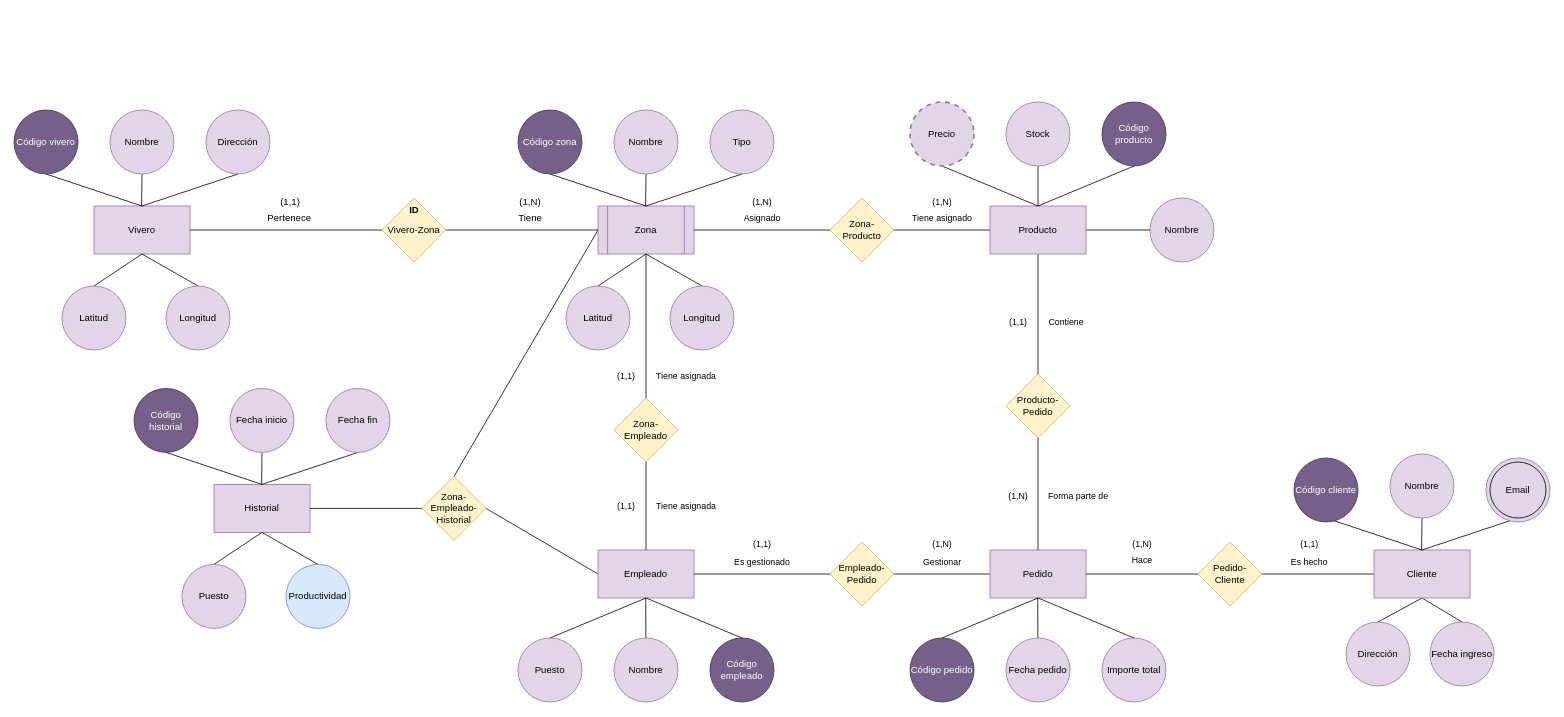
Nestor-DF/ADBD-2024-2025-Practica02-PE keeps this draw.io diagram as P2ADBD.drawio. Above is the earlier version. Source tidied: cells renumbered, new cells numbered last; positions are measured from the earlier drawing's top-left corner, leaving out a move shared by most shapes. Both pictures are drawn from the tidied source at 80%, with x=0, y=0 at pixel (14, 102).
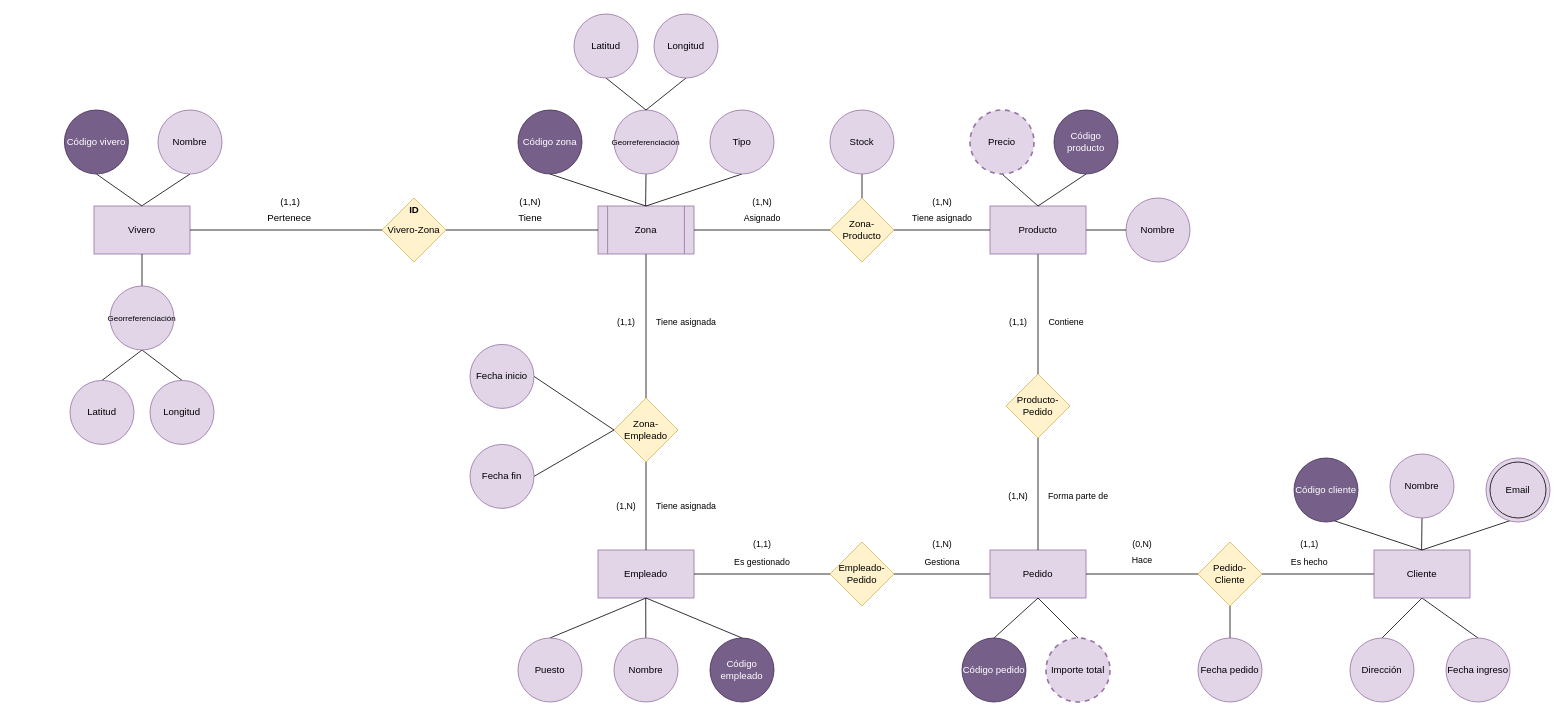
Above is the later version.

Unchanged cells that the change refers to:
```xml
<mxCell id="4" value="Vivero" style="rounded=0;whiteSpace=wrap;html=1;fillColor=#e1d5e7;strokeColor=#9673a6;" parent="1" vertex="1">
  <mxGeometry x="100" y="130" width="120" height="60" as="geometry" />
</mxCell>
<mxCell id="17" value="Zona" style="shape=process;whiteSpace=wrap;html=1;backgroundOutline=1;fillColor=#e1d5e7;strokeColor=#9673a6;" parent="1" vertex="1">
  <mxGeometry x="730" y="130" width="120" height="60" as="geometry" />
</mxCell>
<mxCell id="37" value="Producto" style="rounded=0;whiteSpace=wrap;html=1;fillColor=#e1d5e7;strokeColor=#9673a6;" parent="1" vertex="1">
  <mxGeometry x="1220" y="130" width="120" height="60" as="geometry" />
</mxCell>
<mxCell id="46" value="Zona-Producto" style="rhombus;whiteSpace=wrap;html=1;fillColor=#fff2cc;strokeColor=#d6b656;" parent="1" vertex="1">
  <mxGeometry x="1020" y="120" width="80" height="80" as="geometry" />
</mxCell>
<mxCell id="54" value="Empleado" style="rounded=0;whiteSpace=wrap;html=1;fillColor=#e1d5e7;strokeColor=#9673a6;" parent="1" vertex="1">
  <mxGeometry x="730" y="560" width="120" height="60" as="geometry" />
</mxCell>
<mxCell id="60" value="Zona-Empleado" style="rhombus;whiteSpace=wrap;html=1;fillColor=#fff2cc;strokeColor=#d6b656;" parent="1" vertex="1">
  <mxGeometry x="750" y="370" width="80" height="80" as="geometry" />
</mxCell>
<mxCell id="102" value="Pedido-Cliente" style="rhombus;whiteSpace=wrap;html=1;fillColor=#fff2cc;strokeColor=#d6b656;" parent="1" vertex="1">
  <mxGeometry x="1480" y="550" width="80" height="80" as="geometry" />
</mxCell>
```

Diff of the diagram source:
```diff
@@
     <mxCell id="3" value="Nombre" style="ellipse;whiteSpace=wrap;html=1;fillColor=#e1d5e7;strokeColor=#9673a6;" parent="1" vertex="1">
-      <mxGeometry x="120" y="10" width="80" height="80" as="geometry" />
+      <mxGeometry x="180" y="10" width="80" height="80" as="geometry" />
     </mxCell>
@@
     <mxCell id="6" value="Código vivero" style="ellipse;whiteSpace=wrap;html=1;fillColor=#76608a;strokeColor=#432D57;fontColor=#ffffff;" parent="1" vertex="1">
-      <mxGeometry y="10" width="80" height="80" as="geometry" />
+      <mxGeometry x="63" y="10" width="80" height="80" as="geometry" />
     </mxCell>
-    <mxCell id="7" style="edgeStyle=none;rounded=0;jettySize=auto;html=1;exitX=0.5;exitY=0;exitDx=0;exitDy=0;entryX=0.5;entryY=1;entryDx=0;entryDy=0;endArrow=none;endFill=0;" parent="1" edge="1" source="8" target="4">
-      <mxGeometry relative="1" as="geometry" />
-    </mxCell>
-    <mxCell id="8" value="Latitud" style="ellipse;whiteSpace=wrap;html=1;fillColor=#e1d5e7;strokeColor=#9673a6;" parent="1" vertex="1">
-      <mxGeometry x="60" y="230" width="80" height="80" as="geometry" />
-    </mxCell>
@@
+    <mxCell id="117" style="edgeStyle=none;rounded=0;jettySize=auto;html=1;exitX=0.5;exitY=1;exitDx=0;exitDy=0;entryX=0.5;entryY=0;entryDx=0;entryDy=0;endArrow=none;endFill=0;" parent="1" edge="1" source="10" target="124">
+      <mxGeometry relative="1" as="geometry" />
+    </mxCell>
+    <mxCell id="118" style="edgeStyle=none;rounded=0;jettySize=auto;html=1;exitX=0.5;exitY=1;exitDx=0;exitDy=0;entryX=0.5;entryY=0;entryDx=0;entryDy=0;endArrow=none;endFill=0;" parent="1" edge="1" source="10" target="123">
+      <mxGeometry relative="1" as="geometry" />
+    </mxCell>
-    <mxCell id="10" value="Longitud" style="ellipse;whiteSpace=wrap;html=1;fillColor=#e1d5e7;strokeColor=#9673a6;" parent="1" vertex="1">
-      <mxGeometry x="190" y="230" width="80" height="80" as="geometry" />
+    <mxCell id="10" value="&lt;font style=&quot;font-size: 10px;&quot;&gt;Georreferenciación&lt;/font&gt;" style="ellipse;whiteSpace=wrap;html=1;fillColor=#e1d5e7;strokeColor=#9673a6;" parent="1" vertex="1">
+      <mxGeometry x="120" y="230" width="80" height="80" as="geometry" />
     </mxCell>
-    <mxCell id="11" style="edgeStyle=none;rounded=0;jettySize=auto;html=1;exitX=0.5;exitY=1;exitDx=0;exitDy=0;entryX=0.5;entryY=0;entryDx=0;entryDy=0;endArrow=none;endFill=0;" parent="1" edge="1" source="12" target="4">
-      <mxGeometry relative="1" as="geometry" />
-    </mxCell>
-    <mxCell id="12" value="Dirección" style="ellipse;whiteSpace=wrap;html=1;fillColor=#e1d5e7;strokeColor=#9673a6;" parent="1" vertex="1">
-      <mxGeometry x="240" y="10" width="80" height="80" as="geometry" />
-    </mxCell>
-    <mxCell id="13" style="edgeStyle=none;rounded=0;jettySize=auto;html=1;exitX=0.5;exitY=1;exitDx=0;exitDy=0;endArrow=none;endFill=0;" parent="1" edge="1" source="14">
+    <mxCell id="13" style="edgeStyle=none;rounded=0;jettySize=auto;html=1;exitX=0.5;exitY=1;exitDx=0;exitDy=0;endArrow=none;endFill=0;" parent="1" edge="1" source="125">
       <mxGeometry relative="1" as="geometry">
         <mxPoint x="789.5" y="130" as="targetPoint" />
       </mxGeometry>
     </mxCell>
-    <mxCell id="14" value="Nombre" style="ellipse;whiteSpace=wrap;html=1;fillColor=#e1d5e7;strokeColor=#9673a6;" parent="1" vertex="1">
-      <mxGeometry x="750" y="10" width="80" height="80" as="geometry" />
-    </mxCell>
@@
-    <mxCell id="16" style="edgeStyle=none;shape=connector;rounded=0;jettySize=auto;html=1;exitX=0;exitY=0.5;exitDx=0;exitDy=0;entryX=0.5;entryY=0;entryDx=0;entryDy=0;strokeColor=default;align=center;verticalAlign=middle;fontFamily=Helvetica;fontSize=11;fontColor=default;labelBackgroundColor=default;endArrow=none;endFill=0;" parent="1" edge="1" source="17" target="77">
-      <mxGeometry relative="1" as="geometry" />
-    </mxCell>
@@
-    <mxCell id="20" style="edgeStyle=none;rounded=0;jettySize=auto;html=1;exitX=0.5;exitY=0;exitDx=0;exitDy=0;entryX=0.5;entryY=1;entryDx=0;entryDy=0;endArrow=none;endFill=0;" parent="1" edge="1" source="21" target="17">
-      <mxGeometry relative="1" as="geometry" />
-    </mxCell>
-    <mxCell id="21" value="Latitud" style="ellipse;whiteSpace=wrap;html=1;fillColor=#e1d5e7;strokeColor=#9673a6;" parent="1" vertex="1">
-      <mxGeometry x="690" y="230" width="80" height="80" as="geometry" />
-    </mxCell>
-    <mxCell id="22" style="edgeStyle=none;rounded=0;jettySize=auto;html=1;exitX=0.5;exitY=0;exitDx=0;exitDy=0;entryX=0.5;entryY=1;entryDx=0;entryDy=0;endArrow=none;endFill=0;" parent="1" edge="1" source="23" target="17">
-      <mxGeometry relative="1" as="geometry" />
-    </mxCell>
-    <mxCell id="23" value="Longitud" style="ellipse;whiteSpace=wrap;html=1;fillColor=#e1d5e7;strokeColor=#9673a6;" parent="1" vertex="1">
-      <mxGeometry x="820" y="230" width="80" height="80" as="geometry" />
-    </mxCell>
@@
     <mxCell id="34" value="Nombre" style="ellipse;whiteSpace=wrap;html=1;fillColor=#e1d5e7;strokeColor=#9673a6;" parent="1" vertex="1">
-      <mxGeometry x="1420" y="120" width="80" height="80" as="geometry" />
+      <mxGeometry x="1390" y="120" width="80" height="80" as="geometry" />
     </mxCell>
@@
     <mxCell id="39" value="Precio" style="ellipse;whiteSpace=wrap;html=1;fillColor=#e1d5e7;strokeColor=#9673a6;dashed=1;strokeWidth=2;" parent="1" vertex="1">
-      <mxGeometry x="1120" width="80" height="80" as="geometry" />
+      <mxGeometry x="1195" y="10" width="80" height="80" as="geometry" />
     </mxCell>
@@
     <mxCell id="41" value="Código producto" style="ellipse;whiteSpace=wrap;html=1;fillColor=#76608a;strokeColor=#432D57;fontColor=#ffffff;" parent="1" vertex="1">
-      <mxGeometry x="1360" width="80" height="80" as="geometry" />
+      <mxGeometry x="1300" y="10" width="80" height="80" as="geometry" />
     </mxCell>
-    <mxCell id="42" style="edgeStyle=none;shape=connector;rounded=0;jettySize=auto;html=1;exitX=0.5;exitY=1;exitDx=0;exitDy=0;entryX=0.5;entryY=0;entryDx=0;entryDy=0;strokeColor=default;align=center;verticalAlign=middle;fontFamily=Helvetica;fontSize=11;fontColor=default;labelBackgroundColor=default;endArrow=none;endFill=0;" parent="1" edge="1" source="43" target="37">
-      <mxGeometry relative="1" as="geometry" />
-    </mxCell>
+    <mxCell id="119" style="edgeStyle=none;rounded=0;jettySize=auto;html=1;exitX=0.5;exitY=1;exitDx=0;exitDy=0;entryX=0.5;entryY=0;entryDx=0;entryDy=0;endArrow=none;endFill=0;" parent="1" edge="1" source="43" target="46">
+      <mxGeometry relative="1" as="geometry" />
+    </mxCell>
     <mxCell id="43" value="Stock" style="ellipse;whiteSpace=wrap;html=1;fillColor=#e1d5e7;strokeColor=#9673a6;" parent="1" vertex="1">
-      <mxGeometry x="1240" width="80" height="80" as="geometry" />
+      <mxGeometry x="1020" y="10" width="80" height="80" as="geometry" />
     </mxCell>
@@
-    <mxCell id="53" style="edgeStyle=none;shape=connector;rounded=0;jettySize=auto;html=1;exitX=0;exitY=0.5;exitDx=0;exitDy=0;entryX=1;entryY=0.5;entryDx=0;entryDy=0;strokeColor=default;align=center;verticalAlign=middle;fontFamily=Helvetica;fontSize=11;fontColor=default;labelBackgroundColor=default;endArrow=none;endFill=0;" parent="1" edge="1" source="54" target="77">
-      <mxGeometry relative="1" as="geometry" />
-    </mxCell>
@@
+    <mxCell id="120" style="edgeStyle=none;rounded=0;jettySize=auto;html=1;exitX=0;exitY=0.5;exitDx=0;exitDy=0;entryX=1;entryY=0.5;entryDx=0;entryDy=0;endArrow=none;endFill=0;" parent="1" edge="1" source="60" target="75">
+      <mxGeometry relative="1" as="geometry" />
+    </mxCell>
+    <mxCell id="121" style="edgeStyle=none;rounded=0;jettySize=auto;html=1;exitX=0;exitY=0.5;exitDx=0;exitDy=0;entryX=1;entryY=0.5;entryDx=0;entryDy=0;endArrow=none;endFill=0;" parent="1" edge="1" source="60" target="66">
+      <mxGeometry relative="1" as="geometry" />
+    </mxCell>
@@
     <mxCell id="62" value="Tiene asignada" style="text;html=1;align=center;verticalAlign=middle;strokeColor=none;fillColor=none;fontFamily=Helvetica;fontSize=11;fontColor=default;labelBackgroundColor=default;" parent="1" vertex="1">
-      <mxGeometry x="790" y="328" width="100" height="30" as="geometry" />
+      <mxGeometry x="790" y="260" width="100" height="30" as="geometry" />
     </mxCell>
     <mxCell id="63" value="(1,1)" style="text;html=1;align=center;verticalAlign=middle;strokeColor=none;fillColor=none;fontFamily=Helvetica;fontSize=11;fontColor=default;labelBackgroundColor=default;" parent="1" vertex="1">
-      <mxGeometry x="740" y="328" width="50" height="30" as="geometry" />
+      <mxGeometry x="740" y="260" width="50" height="30" as="geometry" />
     </mxCell>
-    <mxCell id="64" value="(1,1)" style="text;html=1;align=center;verticalAlign=middle;strokeColor=none;fillColor=none;fontFamily=Helvetica;fontSize=11;fontColor=default;labelBackgroundColor=default;" parent="1" vertex="1">
+    <mxCell id="64" value="(1,N)" style="text;html=1;align=center;verticalAlign=middle;strokeColor=none;fillColor=none;fontFamily=Helvetica;fontSize=11;fontColor=default;labelBackgroundColor=default;" parent="1" vertex="1">
       <mxGeometry x="740" y="490" width="50" height="30" as="geometry" />
     </mxCell>
-    <mxCell id="65" style="edgeStyle=none;rounded=0;jettySize=auto;html=1;exitX=0.5;exitY=1;exitDx=0;exitDy=0;endArrow=none;endFill=0;" parent="1" edge="1" source="66">
-      <mxGeometry relative="1" as="geometry">
-        <mxPoint x="309.5" y="478" as="targetPoint" />
-      </mxGeometry>
-    </mxCell>
-    <mxCell id="66" value="Fecha inicio" style="ellipse;whiteSpace=wrap;html=1;fillColor=#e1d5e7;strokeColor=#9673a6;" parent="1" vertex="1">
-      <mxGeometry x="270" y="358" width="80" height="80" as="geometry" />
+    <mxCell id="66" value="Fecha fin" style="ellipse;whiteSpace=wrap;html=1;fillColor=#e1d5e7;strokeColor=#9673a6;" parent="1" vertex="1">
+      <mxGeometry x="570" y="428" width="80" height="80" as="geometry" />
     </mxCell>
-    <mxCell id="67" value="Historial" style="rounded=0;whiteSpace=wrap;html=1;fillColor=#e1d5e7;strokeColor=#9673a6;" parent="1" vertex="1">
-      <mxGeometry x="250" y="478" width="120" height="60" as="geometry" />
-    </mxCell>
-    <mxCell id="68" style="edgeStyle=none;rounded=0;jettySize=auto;html=1;exitX=0.5;exitY=1;exitDx=0;exitDy=0;endArrow=none;endFill=0;" parent="1" edge="1" source="69">
-      <mxGeometry relative="1" as="geometry">
-        <mxPoint x="310" y="478" as="targetPoint" />
-      </mxGeometry>
-    </mxCell>
-    <mxCell id="69" value="Código historial" style="ellipse;whiteSpace=wrap;html=1;fillColor=#76608a;strokeColor=#432D57;fontColor=#ffffff;" parent="1" vertex="1">
-      <mxGeometry x="150" y="358" width="80" height="80" as="geometry" />
-    </mxCell>
-    <mxCell id="70" style="edgeStyle=none;rounded=0;jettySize=auto;html=1;exitX=0.5;exitY=0;exitDx=0;exitDy=0;entryX=0.5;entryY=1;entryDx=0;entryDy=0;endArrow=none;endFill=0;" parent="1" edge="1" source="71" target="67">
-      <mxGeometry relative="1" as="geometry" />
-    </mxCell>
-    <mxCell id="71" value="Puesto" style="ellipse;whiteSpace=wrap;html=1;fillColor=#e1d5e7;strokeColor=#9673a6;" parent="1" vertex="1">
-      <mxGeometry x="210" y="578" width="80" height="80" as="geometry" />
-    </mxCell>
-    <mxCell id="72" style="edgeStyle=none;rounded=0;jettySize=auto;html=1;exitX=0.5;exitY=0;exitDx=0;exitDy=0;entryX=0.5;entryY=1;entryDx=0;entryDy=0;endArrow=none;endFill=0;" parent="1" edge="1" source="73" target="67">
-      <mxGeometry relative="1" as="geometry" />
-    </mxCell>
-    <mxCell id="73" value="Productividad" style="ellipse;whiteSpace=wrap;html=1;fillColor=#dae8fc;strokeColor=#6c8ebf;" parent="1" vertex="1">
-      <mxGeometry x="340" y="578" width="80" height="80" as="geometry" />
-    </mxCell>
-    <mxCell id="74" style="edgeStyle=none;rounded=0;jettySize=auto;html=1;exitX=0.5;exitY=1;exitDx=0;exitDy=0;entryX=0.5;entryY=0;entryDx=0;entryDy=0;endArrow=none;endFill=0;" parent="1" edge="1" source="75" target="67">
-      <mxGeometry relative="1" as="geometry" />
-    </mxCell>
-    <mxCell id="75" value="Fecha fin" style="ellipse;whiteSpace=wrap;html=1;fillColor=#e1d5e7;strokeColor=#9673a6;" parent="1" vertex="1">
-      <mxGeometry x="390" y="358" width="80" height="80" as="geometry" />
+    <mxCell id="75" value="Fecha inicio" style="ellipse;whiteSpace=wrap;html=1;fillColor=#e1d5e7;strokeColor=#9673a6;" parent="1" vertex="1">
+      <mxGeometry x="570" y="303" width="80" height="80" as="geometry" />
     </mxCell>
-    <mxCell id="76" style="edgeStyle=none;shape=connector;rounded=0;jettySize=auto;html=1;exitX=0;exitY=0.5;exitDx=0;exitDy=0;entryX=1;entryY=0.5;entryDx=0;entryDy=0;strokeColor=default;align=center;verticalAlign=middle;fontFamily=Helvetica;fontSize=11;fontColor=default;labelBackgroundColor=default;endArrow=none;endFill=0;" parent="1" edge="1" source="77" target="67">
-      <mxGeometry relative="1" as="geometry" />
-    </mxCell>
-    <mxCell id="77" value="Zona-Empleado-Historial" style="rhombus;whiteSpace=wrap;html=1;fillColor=#fff2cc;strokeColor=#d6b656;" parent="1" vertex="1">
-      <mxGeometry x="510" y="468" width="80" height="80" as="geometry" />
-    </mxCell>
@@
     <mxCell id="86" value="Dirección" style="ellipse;whiteSpace=wrap;html=1;fillColor=#e1d5e7;strokeColor=#9673a6;" parent="1" vertex="1">
-      <mxGeometry x="1665" y="650" width="80" height="80" as="geometry" />
+      <mxGeometry x="1670" y="670" width="80" height="80" as="geometry" />
     </mxCell>
     <mxCell id="87" value="Fecha ingreso" style="ellipse;whiteSpace=wrap;html=1;fillColor=#e1d5e7;strokeColor=#9673a6;" parent="1" vertex="1">
-      <mxGeometry x="1770" y="650" width="80" height="80" as="geometry" />
+      <mxGeometry x="1790" y="670" width="80" height="80" as="geometry" />
     </mxCell>
@@
-    <mxCell id="91" style="edgeStyle=none;rounded=0;jettySize=auto;html=1;exitX=0.5;exitY=1;exitDx=0;exitDy=0;endArrow=none;endFill=0;" parent="1" edge="1" source="92">
-      <mxGeometry relative="1" as="geometry">
-        <mxPoint x="1279.5" y="560" as="targetPoint" />
-      </mxGeometry>
-    </mxCell>
-    <mxCell id="92" value="Fecha pedido" style="ellipse;whiteSpace=wrap;html=1;fillColor=#e1d5e7;strokeColor=#9673a6;" parent="1" vertex="1">
-      <mxGeometry x="1240" y="670" width="80" height="80" as="geometry" />
-    </mxCell>
@@
     <mxCell id="96" value="Código pedido" style="ellipse;whiteSpace=wrap;html=1;fillColor=#76608a;strokeColor=#432D57;strokeWidth=1;fontColor=#ffffff;" parent="1" vertex="1">
-      <mxGeometry x="1120" y="670" width="80" height="80" as="geometry" />
+      <mxGeometry x="1185" y="670" width="80" height="80" as="geometry" />
     </mxCell>
@@
-    <mxCell id="98" value="Importe total" style="ellipse;whiteSpace=wrap;html=1;fillColor=#e1d5e7;strokeColor=#9673a6;" parent="1" vertex="1">
-      <mxGeometry x="1360" y="670" width="80" height="80" as="geometry" />
+    <mxCell id="98" value="Importe total" style="ellipse;whiteSpace=wrap;html=1;fillColor=#e1d5e7;strokeColor=#9673a6;dashed=1;strokeWidth=2;" parent="1" vertex="1">
+      <mxGeometry x="1290" y="670" width="80" height="80" as="geometry" />
     </mxCell>
@@
+    <mxCell id="122" style="edgeStyle=none;rounded=0;jettySize=auto;html=1;exitX=0.5;exitY=1;exitDx=0;exitDy=0;endArrow=none;endFill=0;" parent="1" edge="1" source="102" target="92">
+      <mxGeometry relative="1" as="geometry" />
+    </mxCell>
@@
-    <mxCell id="104" value="Gestionar" style="text;html=1;align=center;verticalAlign=middle;strokeColor=none;fillColor=none;fontFamily=Helvetica;fontSize=11;fontColor=default;labelBackgroundColor=default;" parent="1" vertex="1">
+    <mxCell id="104" value="Gestiona" style="text;html=1;align=center;verticalAlign=middle;strokeColor=none;fillColor=none;fontFamily=Helvetica;fontSize=11;fontColor=default;labelBackgroundColor=default;" parent="1" vertex="1">
       <mxGeometry x="1125" y="560" width="70" height="30" as="geometry" />
     </mxCell>
@@
-    <mxCell id="108" value="(1,N)" style="text;html=1;align=center;verticalAlign=middle;strokeColor=none;fillColor=none;fontFamily=Helvetica;fontSize=11;fontColor=default;labelBackgroundColor=default;" parent="1" vertex="1">
+    <mxCell id="108" value="(0,N)" style="text;html=1;align=center;verticalAlign=middle;strokeColor=none;fillColor=none;fontFamily=Helvetica;fontSize=11;fontColor=default;labelBackgroundColor=default;" parent="1" vertex="1">
       <mxGeometry x="1385" y="538" width="50" height="30" as="geometry" />
     </mxCell>
@@
+    <mxCell id="123" value="Latitud" style="ellipse;whiteSpace=wrap;html=1;fillColor=#e1d5e7;strokeColor=#9673a6;" parent="1" vertex="1">
+      <mxGeometry x="70" y="348" width="80" height="80" as="geometry" />
+    </mxCell>
+    <mxCell id="124" value="Longitud" style="ellipse;whiteSpace=wrap;html=1;fillColor=#e1d5e7;strokeColor=#9673a6;" parent="1" vertex="1">
+      <mxGeometry x="170" y="348" width="80" height="80" as="geometry" />
+    </mxCell>
+    <mxCell id="125" value="&lt;font style=&quot;font-size: 10px;&quot;&gt;Georreferenciación&lt;/font&gt;" style="ellipse;whiteSpace=wrap;html=1;fillColor=#e1d5e7;strokeColor=#9673a6;" parent="1" vertex="1">
+      <mxGeometry x="750" y="10" width="80" height="80" as="geometry" />
+    </mxCell>
+    <mxCell id="126" style="edgeStyle=none;rounded=0;jettySize=auto;html=1;exitX=0.5;exitY=1;exitDx=0;exitDy=0;entryX=0.5;entryY=0;entryDx=0;entryDy=0;endArrow=none;endFill=0;" parent="1" edge="1" source="127" target="125">
+      <mxGeometry relative="1" as="geometry" />
+    </mxCell>
+    <mxCell id="127" value="Latitud" style="ellipse;whiteSpace=wrap;html=1;fillColor=#e1d5e7;strokeColor=#9673a6;" parent="1" vertex="1">
+      <mxGeometry x="700" y="-110" width="80" height="80" as="geometry" />
+    </mxCell>
+    <mxCell id="128" style="edgeStyle=none;rounded=0;jettySize=auto;html=1;exitX=0.5;exitY=1;exitDx=0;exitDy=0;entryX=0.5;entryY=0;entryDx=0;entryDy=0;endArrow=none;endFill=0;" parent="1" edge="1" source="129" target="125">
+      <mxGeometry relative="1" as="geometry" />
+    </mxCell>
+    <mxCell id="129" value="Longitud" style="ellipse;whiteSpace=wrap;html=1;fillColor=#e1d5e7;strokeColor=#9673a6;" parent="1" vertex="1">
+      <mxGeometry x="800" y="-110" width="80" height="80" as="geometry" />
+    </mxCell>
+    <mxCell id="92" value="Fecha pedido" style="ellipse;whiteSpace=wrap;html=1;fillColor=#e1d5e7;strokeColor=#9673a6;" parent="1" vertex="1">
+      <mxGeometry x="1480" y="670" width="80" height="80" as="geometry" />
+    </mxCell>
```
